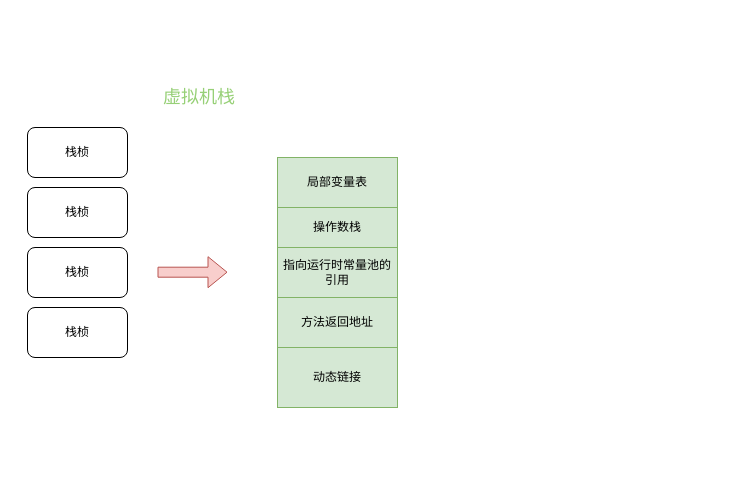
Earlier version of the draw.io diagram Java/虚拟机栈.drawio (guaguaerhao/draw.io). Source tidied: cells renumbered, new cells numbered last; positions are measured from the earlier drawing's top-left corner, leaving out a move shared by most shapes. Both pictures are drawn from the tidied source at 100%, with x=0, y=0 at pixel (27, 87).
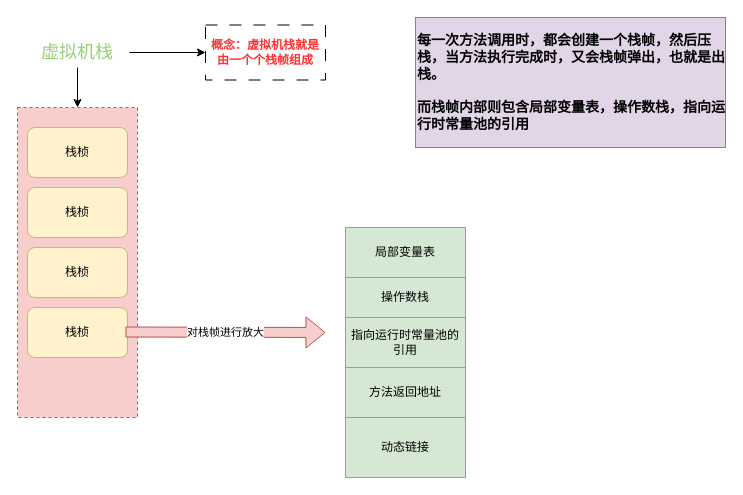
Above is the later version.

What changed in the source:
```diff
@@
 <mxGraphModel>
   <root>
     <mxCell id="0" />
     <mxCell id="1" parent="0" />
+    <mxCell id="14" style="rounded=0;whiteSpace=wrap;html=1;fillColor=#f8cecc;strokeColor=#b85450;dashed=1;" parent="1" vertex="1">
+      <mxGeometry x="-10" y="20" width="120" height="310" as="geometry" />
+    </mxCell>
-    <mxCell id="2" value="栈桢" style="rounded=1;whiteSpace=wrap;html=1;" parent="1" vertex="1">
+    <mxCell id="2" value="栈桢" style="rounded=1;whiteSpace=wrap;html=1;fillColor=#fff2cc;strokeColor=#d6b656;" parent="1" vertex="1">
       <mxGeometry y="40" width="100" height="50" as="geometry" />
     </mxCell>
-    <mxCell id="3" value="栈桢" style="rounded=1;whiteSpace=wrap;html=1;" parent="1" vertex="1">
+    <mxCell id="3" value="栈桢" style="rounded=1;whiteSpace=wrap;html=1;fillColor=#fff2cc;strokeColor=#d6b656;" parent="1" vertex="1">
       <mxGeometry y="100" width="100" height="50" as="geometry" />
     </mxCell>
+    <mxCell id="15" style="edgeStyle=orthogonalEdgeStyle;rounded=0;jettySize=auto;html=1;entryX=0.5;entryY=0;entryDx=0;entryDy=0;" parent="1" edge="1" source="4" target="14">
+      <mxGeometry relative="1" as="geometry" />
+    </mxCell>
+    <mxCell id="16" style="edgeStyle=orthogonalEdgeStyle;rounded=0;jettySize=auto;html=1;" parent="1" edge="1" source="4" target="17">
+      <mxGeometry relative="1" as="geometry" />
+    </mxCell>
     <mxCell id="4" value="&lt;font style=&quot;font-size: 18px;&quot;&gt;虚拟机栈&lt;/font&gt;" style="text;html=1;align=center;verticalAlign=middle;whiteSpace=wrap;rounded=0;fontColor=#97D077;" parent="1" vertex="1">
-      <mxGeometry x="120" width="104" height="20" as="geometry" />
+      <mxGeometry x="-2" y="-50" width="104" height="30" as="geometry" />
     </mxCell>
-    <mxCell id="5" value="栈桢" style="rounded=1;whiteSpace=wrap;html=1;" parent="1" vertex="1">
+    <mxCell id="5" value="栈桢" style="rounded=1;whiteSpace=wrap;html=1;fillColor=#fff2cc;strokeColor=#d6b656;" parent="1" vertex="1">
       <mxGeometry y="160" width="100" height="50" as="geometry" />
     </mxCell>
-    <mxCell id="6" value="栈桢" style="rounded=1;whiteSpace=wrap;html=1;" parent="1" vertex="1">
+    <mxCell id="6" value="栈桢" style="rounded=1;whiteSpace=wrap;html=1;fillColor=#fff2cc;strokeColor=#d6b656;" parent="1" vertex="1">
       <mxGeometry y="220" width="100" height="50" as="geometry" />
     </mxCell>
-    <mxCell id="7" style="shape=flexArrow;endArrow=classic;html=1;rounded=0;fillColor=#f8cecc;strokeColor=#b85450;" parent="1" edge="1">
+    <mxCell id="7" value="对栈帧进行放大" style="shape=flexArrow;endArrow=classic;html=1;rounded=0;fillColor=#f8cecc;strokeColor=#b85450;" parent="1" edge="1">
       <mxGeometry relative="1" as="geometry">
-        <mxPoint x="130" y="184.7" as="sourcePoint" />
-        <mxPoint x="200" y="184.7" as="targetPoint" />
+        <mxPoint x="98" y="244.5" as="sourcePoint" />
+        <mxPoint x="298" y="245" as="targetPoint" />
       </mxGeometry>
     </mxCell>
     <mxCell id="8" style="swimlane;startSize=0;fillColor=#d5e8d4;strokeColor=#82b366;" parent="1" vertex="1">
-      <mxGeometry x="250" y="70" width="120" height="250" as="geometry" />
+      <mxGeometry x="318" y="140" width="120" height="250" as="geometry" />
     </mxCell>
     <mxCell id="9" value="局部变量表" style="text;html=1;strokeColor=#82b366;fillColor=#d5e8d4;align=center;verticalAlign=middle;whiteSpace=wrap;rounded=0;" parent="8" vertex="1">
       <mxGeometry width="120" height="50" as="geometry" />
     </mxCell>
     <mxCell id="10" value="动态链接" style="text;html=1;strokeColor=#82b366;fillColor=#d5e8d4;align=center;verticalAlign=middle;whiteSpace=wrap;rounded=0;" parent="8" vertex="1">
       <mxGeometry y="190" width="120" height="60" as="geometry" />
     </mxCell>
     <mxCell id="11" value="方法返回地址" style="text;html=1;strokeColor=#82b366;fillColor=#d5e8d4;align=center;verticalAlign=middle;whiteSpace=wrap;rounded=0;" parent="8" vertex="1">
       <mxGeometry y="140" width="120" height="50" as="geometry" />
     </mxCell>
     <mxCell id="12" value="操作数栈" style="text;html=1;strokeColor=#82b366;fillColor=#d5e8d4;align=center;verticalAlign=middle;whiteSpace=wrap;rounded=0;" parent="8" vertex="1">
       <mxGeometry y="50" width="120" height="40" as="geometry" />
     </mxCell>
     <mxCell id="13" value="指向运行时常量池的引用" style="text;html=1;strokeColor=#82b366;fillColor=#d5e8d4;align=center;verticalAlign=middle;whiteSpace=wrap;rounded=0;" parent="8" vertex="1">
       <mxGeometry y="90" width="120" height="50" as="geometry" />
     </mxCell>
+    <mxCell id="17" value="&lt;b&gt;&lt;font color=&quot;#ff3333&quot;&gt;概念：虚拟机栈就是由一个个栈帧组成&lt;/font&gt;&lt;/b&gt;" style="whiteSpace=wrap;html=1;dashed=1;dashPattern=12 12;" parent="1" vertex="1">
+      <mxGeometry x="178" y="-62.5" width="120" height="55" as="geometry" />
+    </mxCell>
+    <mxCell id="18" value="&lt;b style=&quot;border-color: var(--border-color); font-size: 12px;&quot;&gt;&lt;font style=&quot;border-color: var(--border-color); font-size: 14px;&quot;&gt;每一次方法调用时，都会创建一个栈帧，然后压栈，当方法执行完成时，又会栈帧弹出，也就是出栈。&lt;br&gt;&lt;br&gt;而栈帧内部则包含局部变量表，操作数栈，指向运行时常量池的引用&lt;/font&gt;&lt;/b&gt;" style="rounded=0;whiteSpace=wrap;html=1;fontSize=14;align=left;horizontal=1;labelBackgroundColor=none;fillColor=#e1d5e7;strokeColor=#9673a6;fillStyle=auto;glass=0;" parent="1" vertex="1">
+      <mxGeometry x="388" y="-70" width="310" height="130" as="geometry" />
+    </mxCell>
   </root>
 </mxGraphModel>
```
